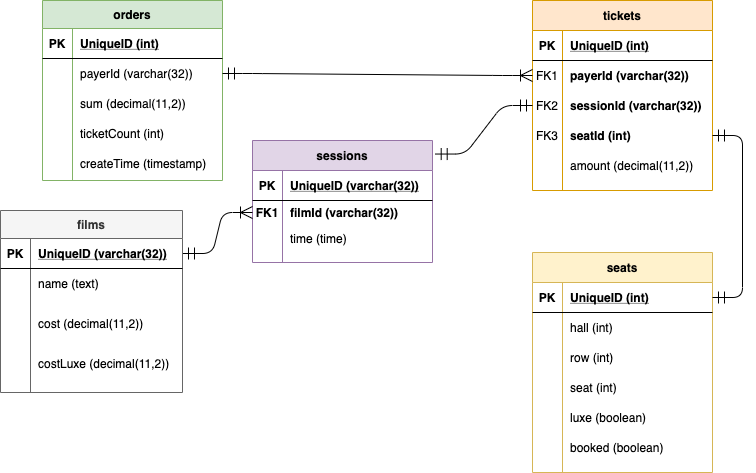
Above: DatabaseLogic.png in otusteamedu/PHP_2024 (draw.io), before the change. Source tidied: cells renumbered, new cells last; positions are measured from the earlier drawing's top-left corner, leaving out a move shared by most shapes.
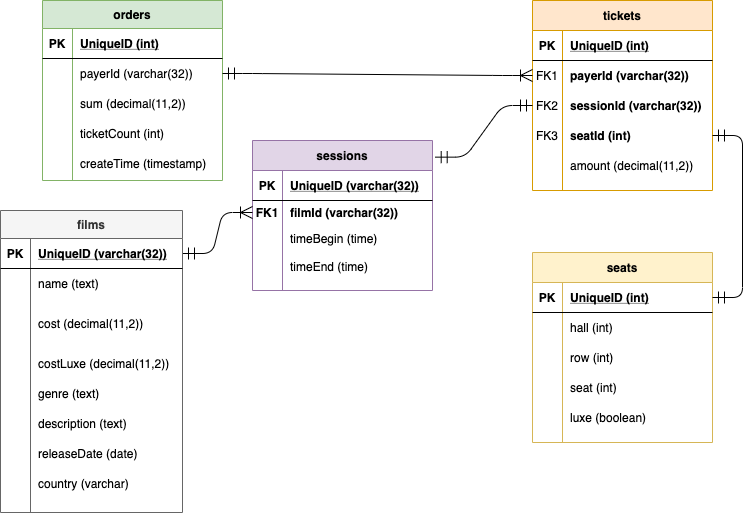
After the change.

The edit, as a diff of the source:
```diff
@@ -51,7 +51,7 @@
       <mxGeometry x="30" width="150" height="30" as="geometry" />
     </mxCell>
     <mxCell id="18" value="seats" style="shape=table;startSize=30;rowLines=0;fontStyle=1;align=center;shadow=0;fillColor=#fff2cc;strokeColor=#d6b656;" parent="1" vertex="1">
-      <mxGeometry x="532" y="252" width="180" height="220" as="geometry" />
+      <mxGeometry x="532" y="252" width="180" height="190" as="geometry" />
     </mxCell>
     <mxCell id="19" style="shape=partialRectangle;fillColor=none;top=0;left=0;bottom=1;right=0;points=[[0,0.5],[1,0.5]];portConstraint=eastwest;" parent="18" vertex="1">
       <mxGeometry y="30" width="180" height="30" as="geometry" />
@@ -98,17 +98,8 @@
     <mxCell id="33" value="luxe (boolean)" style="shape=partialRectangle;fillColor=none;top=0;left=0;bottom=0;right=0;align=left;spacingLeft=6;overflow=hidden;" parent="31" vertex="1">
       <mxGeometry x="30" width="150" height="30" as="geometry" />
     </mxCell>
-    <mxCell id="34" style="shape=partialRectangle;fillColor=none;top=0;left=0;bottom=0;right=0;" parent="18" vertex="1">
-      <mxGeometry y="180" width="180" height="30" as="geometry" />
-    </mxCell>
-    <mxCell id="35" style="shape=partialRectangle;fillColor=none;top=0;left=0;bottom=0;right=0;overflow=hidden;" parent="34" vertex="1">
-      <mxGeometry width="30" height="30" as="geometry" />
-    </mxCell>
-    <mxCell id="36" value="booked (boolean)" style="shape=partialRectangle;fillColor=none;top=0;left=0;bottom=0;right=0;align=left;spacingLeft=6;overflow=hidden;" parent="34" vertex="1">
-      <mxGeometry x="30" width="150" height="30" as="geometry" />
-    </mxCell>
     <mxCell id="37" value="sessions" style="shape=table;startSize=30;rowLines=0;fontStyle=1;align=center;shadow=0;fillColor=#e1d5e7;strokeColor=#9673a6;" parent="1" vertex="1">
-      <mxGeometry x="252" y="140" width="180" height="122" as="geometry" />
+      <mxGeometry x="252" y="140" width="180" height="150" as="geometry" />
     </mxCell>
     <mxCell id="38" style="shape=partialRectangle;fillColor=none;top=0;left=0;bottom=1;right=0;" parent="37" vertex="1">
       <mxGeometry y="30" width="180" height="30" as="geometry" />
@@ -134,9 +125,18 @@
     <mxCell id="45" style="shape=partialRectangle;fillColor=none;top=0;left=0;bottom=0;right=0;overflow=hidden;" parent="44" vertex="1">
       <mxGeometry width="30" height="28" as="geometry" />
     </mxCell>
-    <mxCell id="46" value="time (time)" style="shape=partialRectangle;fillColor=none;top=0;left=0;bottom=0;right=0;align=left;spacingLeft=6;overflow=hidden;" parent="44" vertex="1">
+    <mxCell id="46" value="timeBegin (time)" style="shape=partialRectangle;fillColor=none;top=0;left=0;bottom=0;right=0;align=left;spacingLeft=6;overflow=hidden;" parent="44" vertex="1">
       <mxGeometry x="30" width="150" height="28" as="geometry" />
     </mxCell>
+    <mxCell id="80" style="shape=partialRectangle;fillColor=none;top=0;left=0;bottom=0;right=0;" parent="37" vertex="1">
+      <mxGeometry y="112" width="180" height="28" as="geometry" />
+    </mxCell>
+    <mxCell id="81" style="shape=partialRectangle;fillColor=none;top=0;left=0;bottom=0;right=0;overflow=hidden;" parent="80" vertex="1">
+      <mxGeometry width="30" height="28" as="geometry" />
+    </mxCell>
+    <mxCell id="82" value="timeEnd (time)" style="shape=partialRectangle;fillColor=none;top=0;left=0;bottom=0;right=0;align=left;spacingLeft=6;overflow=hidden;" parent="80" vertex="1">
+      <mxGeometry x="30" width="150" height="28" as="geometry" />
+    </mxCell>
     <mxCell id="47" value="tickets" style="shape=table;startSize=30;rowLines=0;fontStyle=1;align=center;shadow=0;fillColor=#ffe6cc;strokeColor=#d79b00;" parent="1" vertex="1">
       <mxGeometry x="532" width="180" height="190" as="geometry" />
     </mxCell>
@@ -198,7 +198,7 @@
       <mxGeometry relative="1" as="geometry" />
     </mxCell>
     <mxCell id="67" value="films" style="shape=table;startSize=28;rowLines=0;fontStyle=1;align=center;shadow=0;fillColor=#f5f5f5;strokeColor=#666666;fontColor=#333333;" parent="1" vertex="1">
-      <mxGeometry y="210" width="182" height="182" as="geometry" />
+      <mxGeometry y="210" width="182" height="302" as="geometry" />
     </mxCell>
     <mxCell id="68" style="shape=partialRectangle;fillColor=none;top=0;left=0;bottom=1;right=0;points=[[0,0.5],[1,0.5]];portConstraint=eastwest;" parent="67" vertex="1">
       <mxGeometry y="28" width="182" height="30" as="geometry" />
@@ -236,5 +236,41 @@
     <mxCell id="79" value="costLuxe (decimal(11,2))" style="shape=partialRectangle;fillColor=none;top=0;left=0;bottom=0;right=0;align=left;spacingLeft=6;overflow=hidden;" parent="77" vertex="1">
       <mxGeometry x="30" width="152" height="30" as="geometry" />
     </mxCell>
+    <mxCell id="83" style="shape=partialRectangle;fillColor=none;top=0;left=0;bottom=0;right=0;" parent="67" vertex="1">
+      <mxGeometry y="168" width="182" height="30" as="geometry" />
+    </mxCell>
+    <mxCell id="84" style="shape=partialRectangle;fillColor=none;top=0;left=0;bottom=0;right=0;overflow=hidden;" parent="83" vertex="1">
+      <mxGeometry width="30" height="30" as="geometry" />
+    </mxCell>
+    <mxCell id="85" value="genre (text)" style="shape=partialRectangle;fillColor=none;top=0;left=0;bottom=0;right=0;align=left;spacingLeft=6;overflow=hidden;" parent="83" vertex="1">
+      <mxGeometry x="30" width="152" height="30" as="geometry" />
+    </mxCell>
+    <mxCell id="86" style="shape=partialRectangle;fillColor=none;top=0;left=0;bottom=0;right=0;" parent="67" vertex="1">
+      <mxGeometry y="198" width="182" height="30" as="geometry" />
+    </mxCell>
+    <mxCell id="87" style="shape=partialRectangle;fillColor=none;top=0;left=0;bottom=0;right=0;overflow=hidden;" parent="86" vertex="1">
+      <mxGeometry width="30" height="30" as="geometry" />
+    </mxCell>
+    <mxCell id="88" value="description (text)" style="shape=partialRectangle;fillColor=none;top=0;left=0;bottom=0;right=0;align=left;spacingLeft=6;overflow=hidden;" parent="86" vertex="1">
+      <mxGeometry x="30" width="152" height="30" as="geometry" />
+    </mxCell>
+    <mxCell id="89" style="shape=partialRectangle;fillColor=none;top=0;left=0;bottom=0;right=0;" parent="67" vertex="1">
+      <mxGeometry y="228" width="182" height="30" as="geometry" />
+    </mxCell>
+    <mxCell id="90" style="shape=partialRectangle;fillColor=none;top=0;left=0;bottom=0;right=0;overflow=hidden;" parent="89" vertex="1">
+      <mxGeometry width="30" height="30" as="geometry" />
+    </mxCell>
+    <mxCell id="91" value="releaseDate (date)" style="shape=partialRectangle;fillColor=none;top=0;left=0;bottom=0;right=0;align=left;spacingLeft=6;overflow=hidden;" parent="89" vertex="1">
+      <mxGeometry x="30" width="152" height="30" as="geometry" />
+    </mxCell>
+    <mxCell id="92" style="shape=partialRectangle;fillColor=none;top=0;left=0;bottom=0;right=0;" parent="67" vertex="1">
+      <mxGeometry y="258" width="182" height="30" as="geometry" />
+    </mxCell>
+    <mxCell id="93" style="shape=partialRectangle;fillColor=none;top=0;left=0;bottom=0;right=0;overflow=hidden;" parent="92" vertex="1">
+      <mxGeometry width="30" height="30" as="geometry" />
+    </mxCell>
+    <mxCell id="94" value="country (varchar)" style="shape=partialRectangle;fillColor=none;top=0;left=0;bottom=0;right=0;align=left;spacingLeft=6;overflow=hidden;" parent="92" vertex="1">
+      <mxGeometry x="30" width="152" height="30" as="geometry" />
+    </mxCell>
   </root>
 </mxGraphModel>
```
